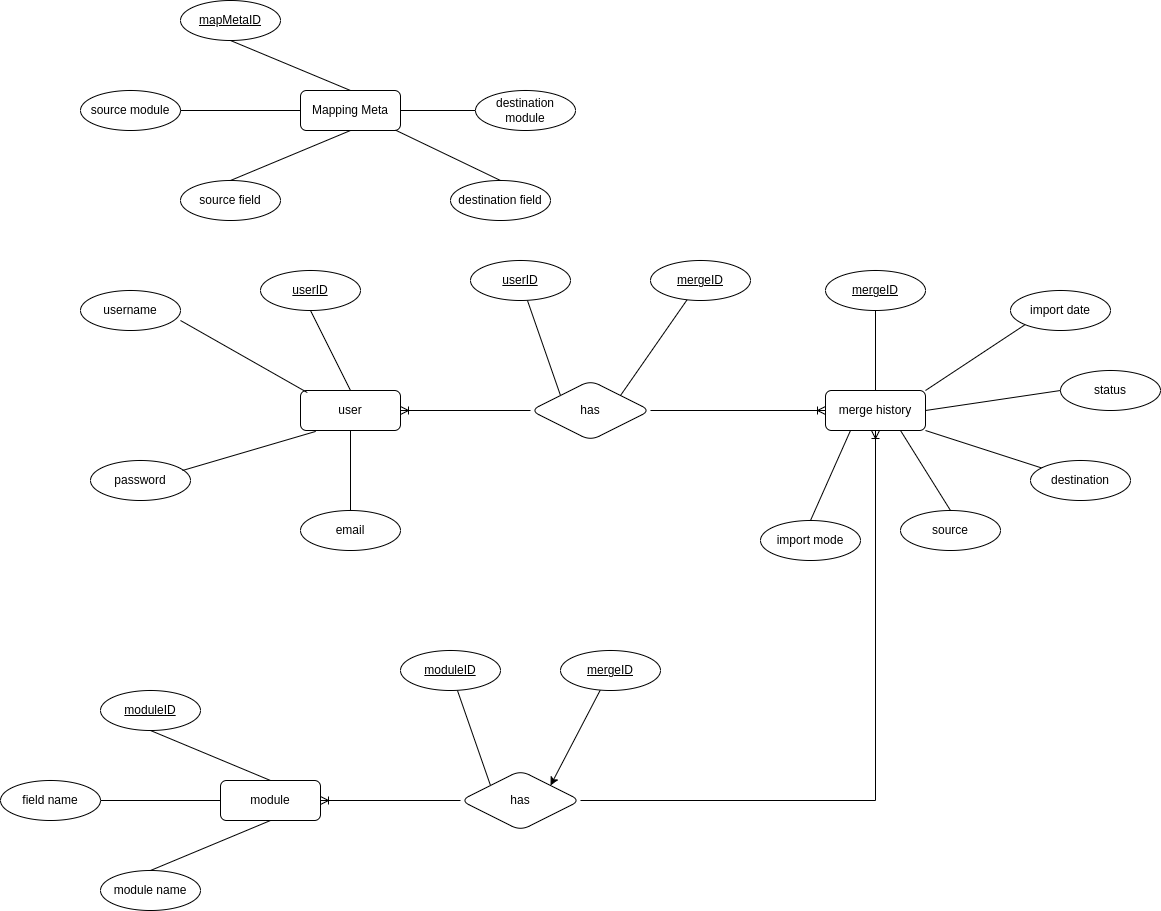
Earlier version of the draw.io export JavaScript/Data Migration Project/Diagrams/ERDiagram.png (devpatel13/Rapidops). Source tidied: cells renumbered, new cells last; positions are measured from the earlier drawing's top-left corner, leaving out a move shared by most shapes.
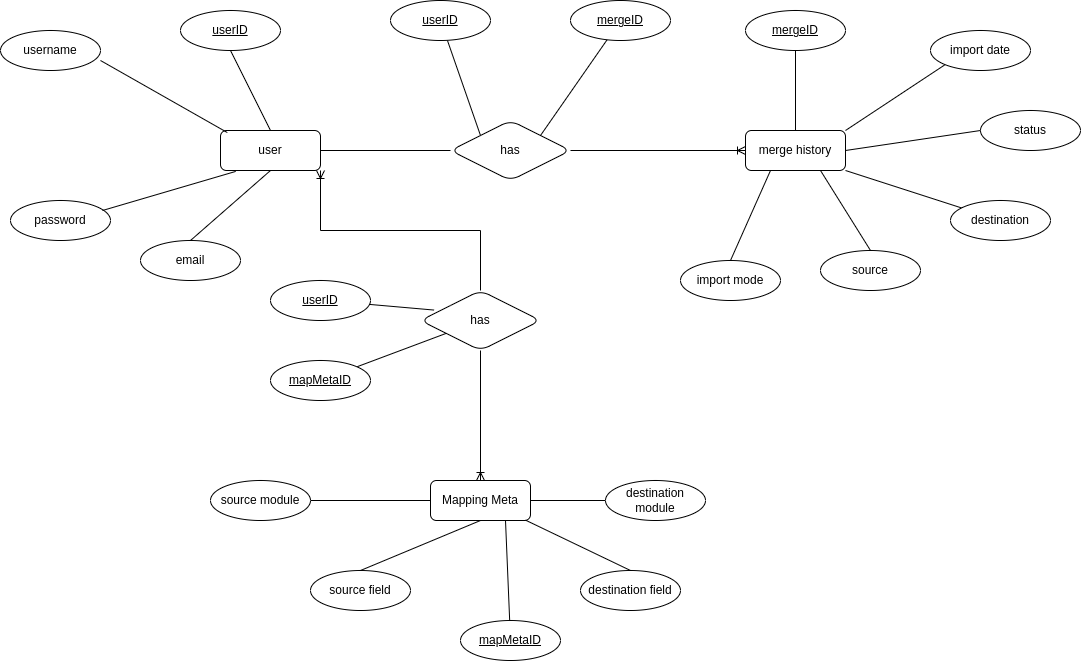
After the commit.

What changed in the source:
```diff
@@ -2,34 +2,7 @@
   <root>
     <mxCell id="0" />
     <mxCell id="1" parent="0" />
-    <mxCell id="2" style="rounded=0;jettySize=auto;html=1;entryX=0;entryY=0.5;entryDx=0;entryDy=0;strokeColor=default;startArrow=ERoneToMany;startFill=0;endArrow=none;endFill=0;" parent="1" edge="1" source="3" target="8">
-      <mxGeometry relative="1" as="geometry" />
-    </mxCell>
-    <mxCell id="3" value="module" style="whiteSpace=wrap;html=1;align=center;rounded=1;" parent="1" vertex="1">
-      <mxGeometry x="220" y="780" width="100" height="40" as="geometry" />
-    </mxCell>
-    <mxCell id="4" value="moduleID" style="ellipse;whiteSpace=wrap;html=1;align=center;fontStyle=4;rounded=1;" parent="1" vertex="1">
-      <mxGeometry x="100" y="690" width="100" height="40" as="geometry" />
-    </mxCell>
-    <mxCell id="5" value="module name" style="ellipse;whiteSpace=wrap;html=1;align=center;rounded=1;" parent="1" vertex="1">
-      <mxGeometry x="100" y="870" width="100" height="40" as="geometry" />
-    </mxCell>
-    <mxCell id="6" style="endArrow=none;html=1;rounded=1;entryX=0.5;entryY=1;entryDx=0;entryDy=0;exitX=0.5;exitY=0;exitDx=0;exitDy=0;" parent="1" edge="1" source="5" target="3">
-      <mxGeometry relative="1" as="geometry" />
-    </mxCell>
-    <mxCell id="7" style="endArrow=none;html=1;rounded=1;entryX=0.5;entryY=0;entryDx=0;entryDy=0;exitX=0.5;exitY=1;exitDx=0;exitDy=0;" parent="1" edge="1" source="4" target="3">
-      <mxGeometry relative="1" as="geometry" />
-    </mxCell>
-    <mxCell id="8" value="has" style="shape=rhombus;perimeter=rhombusPerimeter;whiteSpace=wrap;html=1;align=center;rounded=1;" parent="1" vertex="1">
-      <mxGeometry x="460" y="770" width="120" height="60" as="geometry" />
-    </mxCell>
-    <mxCell id="9" style="rounded=0;jettySize=auto;html=1;entryX=0;entryY=0;entryDx=0;entryDy=0;endArrow=none;endFill=0;" parent="1" edge="1" source="10" target="8">
-      <mxGeometry relative="1" as="geometry" />
-    </mxCell>
-    <mxCell id="10" value="moduleID" style="ellipse;whiteSpace=wrap;html=1;align=center;fontStyle=4;rounded=1;" parent="1" vertex="1">
-      <mxGeometry x="400" y="650" width="100" height="40" as="geometry" />
-    </mxCell>
-    <mxCell id="11" style="edgeStyle=orthogonalEdgeStyle;rounded=0;jettySize=auto;html=1;endArrow=none;endFill=0;startArrow=ERoneToMany;startFill=0;" parent="1" edge="1" source="12" target="19">
+    <mxCell id="11" style="edgeStyle=orthogonalEdgeStyle;rounded=0;jettySize=auto;html=1;endArrow=none;endFill=0;startArrow=none;startFill=0;" parent="1" edge="1" source="12" target="19">
       <mxGeometry relative="1" as="geometry" />
     </mxCell>
     <mxCell id="12" value="user" style="whiteSpace=wrap;html=1;align=center;rounded=1;" parent="1" vertex="1">
@@ -71,9 +44,6 @@
     <mxCell id="24" style="edgeStyle=orthogonalEdgeStyle;rounded=0;jettySize=auto;html=1;entryX=1;entryY=0.5;entryDx=0;entryDy=0;endArrow=none;endFill=0;startArrow=ERoneToMany;startFill=0;" parent="1" edge="1" source="26" target="19">
       <mxGeometry relative="1" as="geometry" />
     </mxCell>
-    <mxCell id="25" style="edgeStyle=orthogonalEdgeStyle;rounded=0;jettySize=auto;html=1;entryX=1;entryY=0.5;entryDx=0;entryDy=0;exitX=0.5;exitY=1;exitDx=0;exitDy=0;startArrow=ERoneToMany;startFill=0;endArrow=none;endFill=0;" parent="1" edge="1" source="26" target="8">
-      <mxGeometry relative="1" as="geometry" />
-    </mxCell>
     <mxCell id="26" value="merge history" style="whiteSpace=wrap;html=1;align=center;rounded=1;" parent="1" vertex="1">
       <mxGeometry x="825" y="390" width="100" height="40" as="geometry" />
     </mxCell>
@@ -96,7 +66,7 @@
       <mxGeometry relative="1" as="geometry" />
     </mxCell>
     <mxCell id="33" value="email" style="ellipse;whiteSpace=wrap;html=1;align=center;rounded=1;" parent="1" vertex="1">
-      <mxGeometry x="300" y="510" width="100" height="40" as="geometry" />
+      <mxGeometry x="220" y="500" width="100" height="40" as="geometry" />
     </mxCell>
     <mxCell id="34" style="endArrow=none;html=1;rounded=1;entryX=0.5;entryY=0;entryDx=0;entryDy=0;exitX=0.5;exitY=1;exitDx=0;exitDy=0;" parent="1" edge="1" source="12" target="33">
       <mxGeometry relative="1" as="geometry" />
@@ -119,41 +89,29 @@
     <mxCell id="40" value="destination" style="ellipse;whiteSpace=wrap;html=1;align=center;rounded=1;" parent="1" vertex="1">
       <mxGeometry x="1030" y="460" width="100" height="40" as="geometry" />
     </mxCell>
-    <mxCell id="41" style="edgeStyle=orthogonalEdgeStyle;rounded=0;jettySize=auto;html=1;endArrow=none;endFill=0;" parent="1" edge="1" source="42" target="3">
-      <mxGeometry relative="1" as="geometry" />
-    </mxCell>
-    <mxCell id="42" value="field name" style="ellipse;whiteSpace=wrap;html=1;align=center;rounded=1;" parent="1" vertex="1">
-      <mxGeometry y="780" width="100" height="40" as="geometry" />
-    </mxCell>
-    <mxCell id="43" style="rounded=0;jettySize=auto;html=1;entryX=1;entryY=0;entryDx=0;entryDy=0;" parent="1" edge="1" source="44" target="8">
-      <mxGeometry relative="1" as="geometry" />
-    </mxCell>
-    <mxCell id="44" value="mergeID" style="ellipse;whiteSpace=wrap;html=1;align=center;fontStyle=4;rounded=1;" parent="1" vertex="1">
-      <mxGeometry x="560" y="650" width="100" height="40" as="geometry" />
-    </mxCell>
     <mxCell id="45" value="Mapping Meta" style="whiteSpace=wrap;html=1;align=center;rounded=1;" parent="1" vertex="1">
-      <mxGeometry x="300" y="90" width="100" height="40" as="geometry" />
+      <mxGeometry x="510" y="740" width="100" height="40" as="geometry" />
     </mxCell>
     <mxCell id="46" value="mapMetaID" style="ellipse;whiteSpace=wrap;html=1;align=center;fontStyle=4;rounded=1;" parent="1" vertex="1">
-      <mxGeometry x="180" width="100" height="40" as="geometry" />
+      <mxGeometry x="540" y="880" width="100" height="40" as="geometry" />
     </mxCell>
     <mxCell id="47" value="source field" style="ellipse;whiteSpace=wrap;html=1;align=center;rounded=1;" parent="1" vertex="1">
-      <mxGeometry x="180" y="180" width="100" height="40" as="geometry" />
+      <mxGeometry x="390" y="830" width="100" height="40" as="geometry" />
     </mxCell>
     <mxCell id="48" style="endArrow=none;html=1;rounded=1;entryX=0.5;entryY=1;entryDx=0;entryDy=0;exitX=0.5;exitY=0;exitDx=0;exitDy=0;" parent="1" edge="1" source="47" target="45">
       <mxGeometry relative="1" as="geometry" />
     </mxCell>
-    <mxCell id="49" style="endArrow=none;html=1;rounded=1;entryX=0.5;entryY=0;entryDx=0;entryDy=0;exitX=0.5;exitY=1;exitDx=0;exitDy=0;" parent="1" edge="1" source="46" target="45">
+    <mxCell id="49" style="endArrow=none;html=1;rounded=1;entryX=0.75;entryY=1;entryDx=0;entryDy=0;" parent="1" edge="1" source="46" target="45">
       <mxGeometry relative="1" as="geometry" />
     </mxCell>
     <mxCell id="50" style="edgeStyle=orthogonalEdgeStyle;rounded=0;jettySize=auto;html=1;endArrow=none;endFill=0;" parent="1" edge="1" source="51" target="45">
       <mxGeometry relative="1" as="geometry" />
     </mxCell>
     <mxCell id="51" value="source module" style="ellipse;whiteSpace=wrap;html=1;align=center;rounded=1;" parent="1" vertex="1">
-      <mxGeometry x="80" y="90" width="100" height="40" as="geometry" />
+      <mxGeometry x="290" y="740" width="100" height="40" as="geometry" />
     </mxCell>
     <mxCell id="52" value="destination field" style="ellipse;whiteSpace=wrap;html=1;align=center;rounded=1;" parent="1" vertex="1">
-      <mxGeometry x="450" y="180" width="100" height="40" as="geometry" />
+      <mxGeometry x="660" y="830" width="100" height="40" as="geometry" />
     </mxCell>
     <mxCell id="53" style="endArrow=none;html=1;rounded=1;entryX=0.951;entryY=0.992;entryDx=0;entryDy=0;exitX=0.5;exitY=0;exitDx=0;exitDy=0;entryPerimeter=0;" parent="1" edge="1" source="52" target="45">
       <mxGeometry relative="1" as="geometry" />
@@ -162,7 +120,28 @@
       <mxGeometry relative="1" as="geometry" />
     </mxCell>
     <mxCell id="55" value="destination module" style="ellipse;whiteSpace=wrap;html=1;align=center;rounded=1;" parent="1" vertex="1">
-      <mxGeometry x="475" y="90" width="100" height="40" as="geometry" />
+      <mxGeometry x="685" y="740" width="100" height="40" as="geometry" />
     </mxCell>
+    <mxCell id="56" style="edgeStyle=orthogonalEdgeStyle;rounded=0;jettySize=auto;html=1;endArrow=none;endFill=0;startArrow=ERoneToMany;startFill=0;exitX=1;exitY=1;exitDx=0;exitDy=0;" parent="1" edge="1" source="12" target="8">
+      <mxGeometry relative="1" as="geometry" />
+    </mxCell>
+    <mxCell id="8" value="has" style="shape=rhombus;perimeter=rhombusPerimeter;whiteSpace=wrap;html=1;align=center;rounded=1;" parent="1" vertex="1">
+      <mxGeometry x="500" y="550" width="120" height="60" as="geometry" />
+    </mxCell>
+    <mxCell id="57" style="rounded=0;jettySize=auto;html=1;entryX=0.5;entryY=1;entryDx=0;entryDy=0;endArrow=none;endFill=0;startArrow=ERoneToMany;startFill=0;exitX=0.5;exitY=0;exitDx=0;exitDy=0;" parent="1" edge="1" source="45" target="8">
+      <mxGeometry relative="1" as="geometry" />
+    </mxCell>
+    <mxCell id="58" value="userID" style="ellipse;whiteSpace=wrap;html=1;align=center;fontStyle=4;rounded=1;" parent="1" vertex="1">
+      <mxGeometry x="350" y="540" width="100" height="40" as="geometry" />
+    </mxCell>
+    <mxCell id="59" style="rounded=0;jettySize=auto;html=1;endArrow=none;endFill=0;" parent="1" edge="1" source="60" target="8">
+      <mxGeometry relative="1" as="geometry" />
+    </mxCell>
+    <mxCell id="60" value="mapMetaID" style="ellipse;whiteSpace=wrap;html=1;align=center;fontStyle=4;rounded=1;" parent="1" vertex="1">
+      <mxGeometry x="350" y="620" width="100" height="40" as="geometry" />
+    </mxCell>
+    <mxCell id="61" style="rounded=0;jettySize=auto;html=1;entryX=0.113;entryY=0.326;entryDx=0;entryDy=0;entryPerimeter=0;endArrow=none;endFill=0;" parent="1" edge="1" source="58" target="8">
+      <mxGeometry relative="1" as="geometry" />
+    </mxCell>
   </root>
 </mxGraphModel>
```
